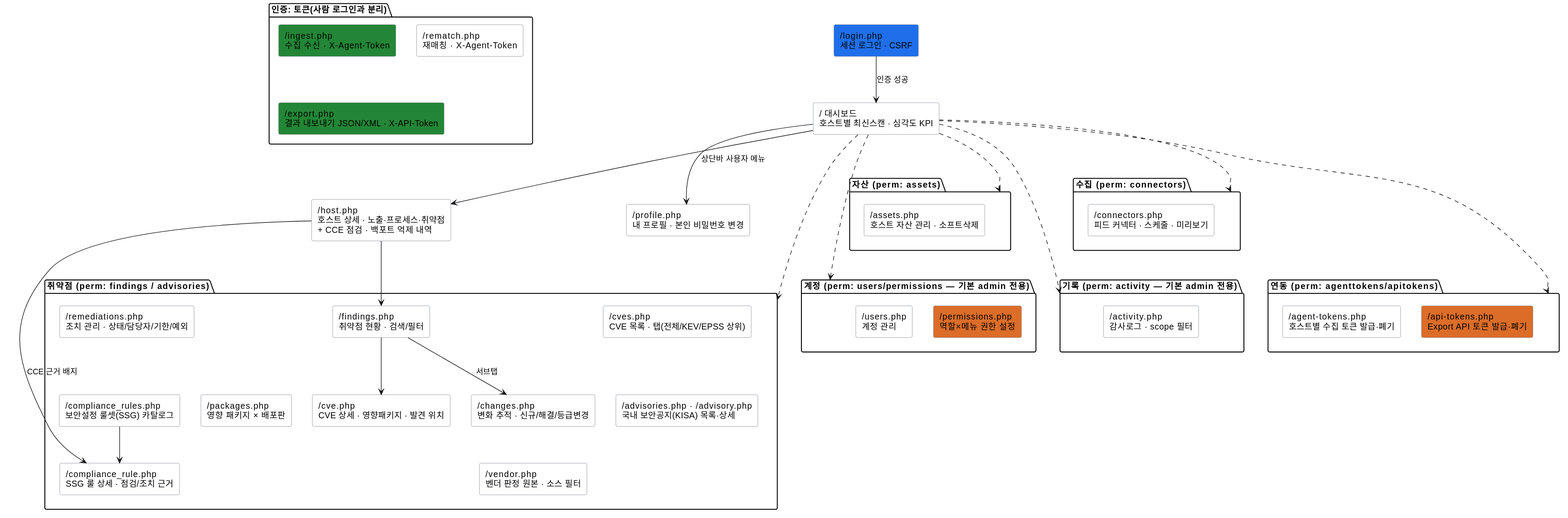
Above: docs/specs/diagrams/사이트맵.svg in JeongDoWook/vuln-agent (PlantUML), before the change.
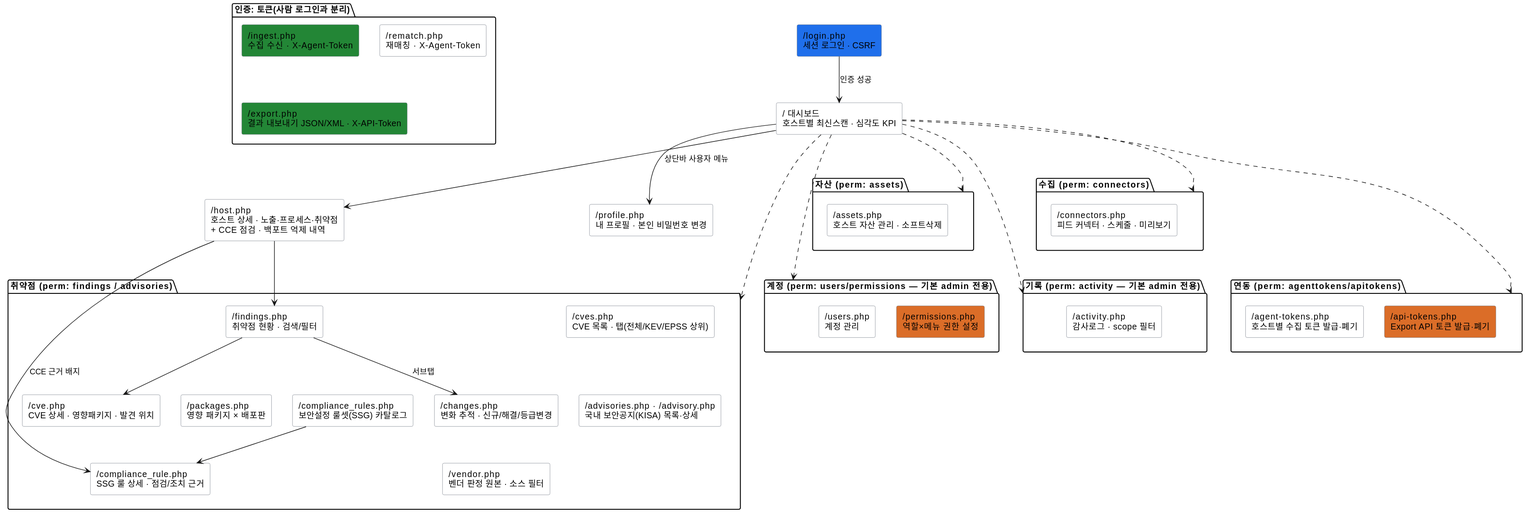
Later version of the same file.

Diff of the diagram source:
```diff
@@ -14,7 +14,6 @@
 package "취약점 (perm: findings / advisories)" as Vuln {
     rectangle "/findings.php\n취약점 현황 · 검색/필터" as FIND
     rectangle "/changes.php\n변화 추적 · 신규/해결/등급변경" as CHG
-    rectangle "/remediations.php\n조치 관리 · 상태/담당자/기한/예외" as REMED
     rectangle "/cves.php\nCVE 목록 · 탭(전체/KEV/EPSS 상위)" as CVES
     rectangle "/cve.php\nCVE 상세 · 영향패키지 · 발견 위치" as CVE
     rectangle "/packages.php\n영향 패키지 × 배포판" as PKG
@@ -64,7 +63,7 @@
 
 FIND -[hidden]down- PKG
 CHG  -[hidden]down- VEND
-REMED -[hidden]down- CRULES
+FIND -[hidden]down- CRULES
 CVES -[hidden]down- ADV
 
 DASH ..> Vuln
```
